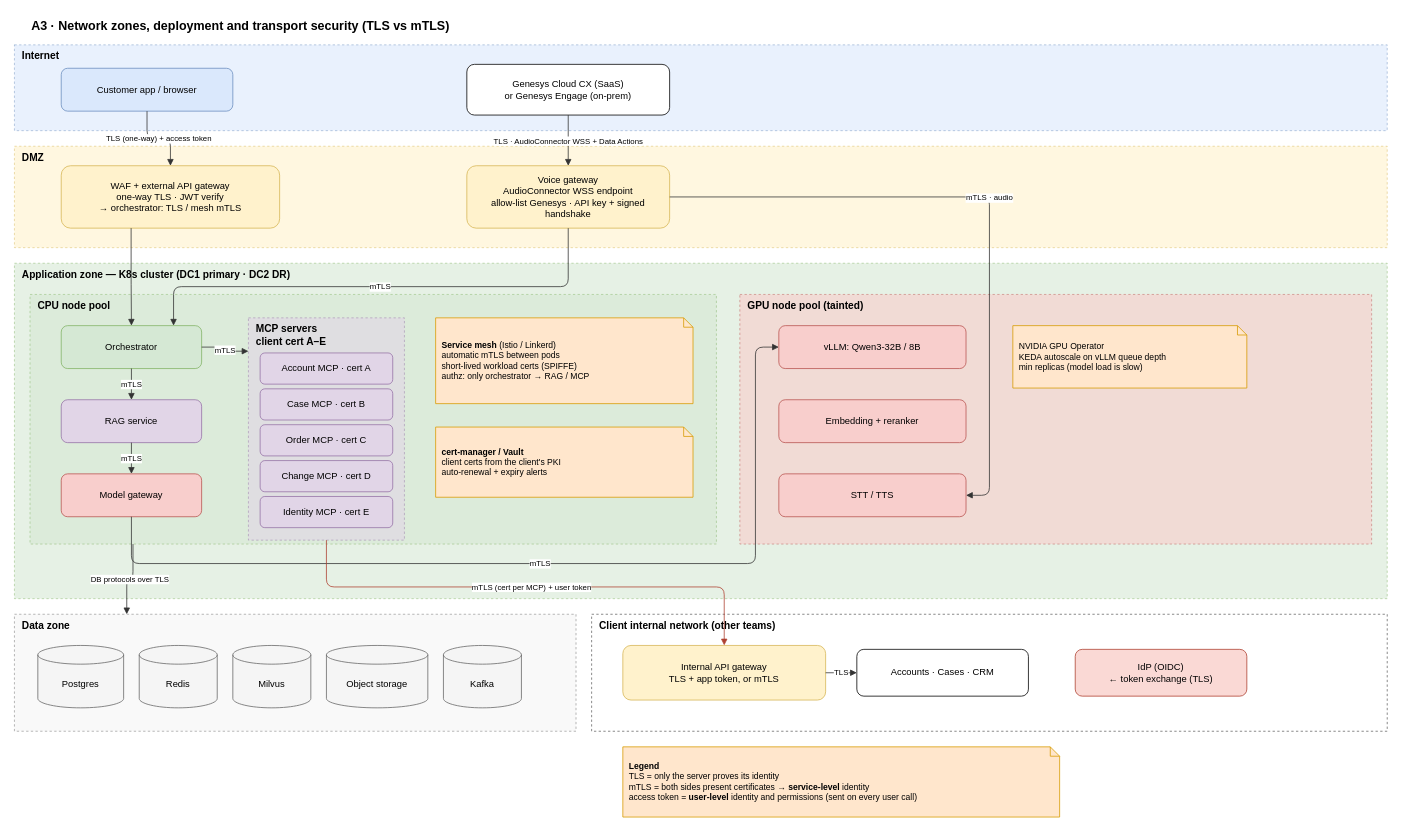
airplanecraft/customer-support-agent keeps this draw.io diagram as docs/diagrams/A3-network-deployment.drawio. Above is the earlier version. Source tidied: cells renumbered, new cells numbered last; positions are measured from the earlier drawing's top-left corner, leaving out a move shared by most shapes. Both pictures are drawn from the tidied source at 78%, with x=0, y=0 at pixel (14, 13).
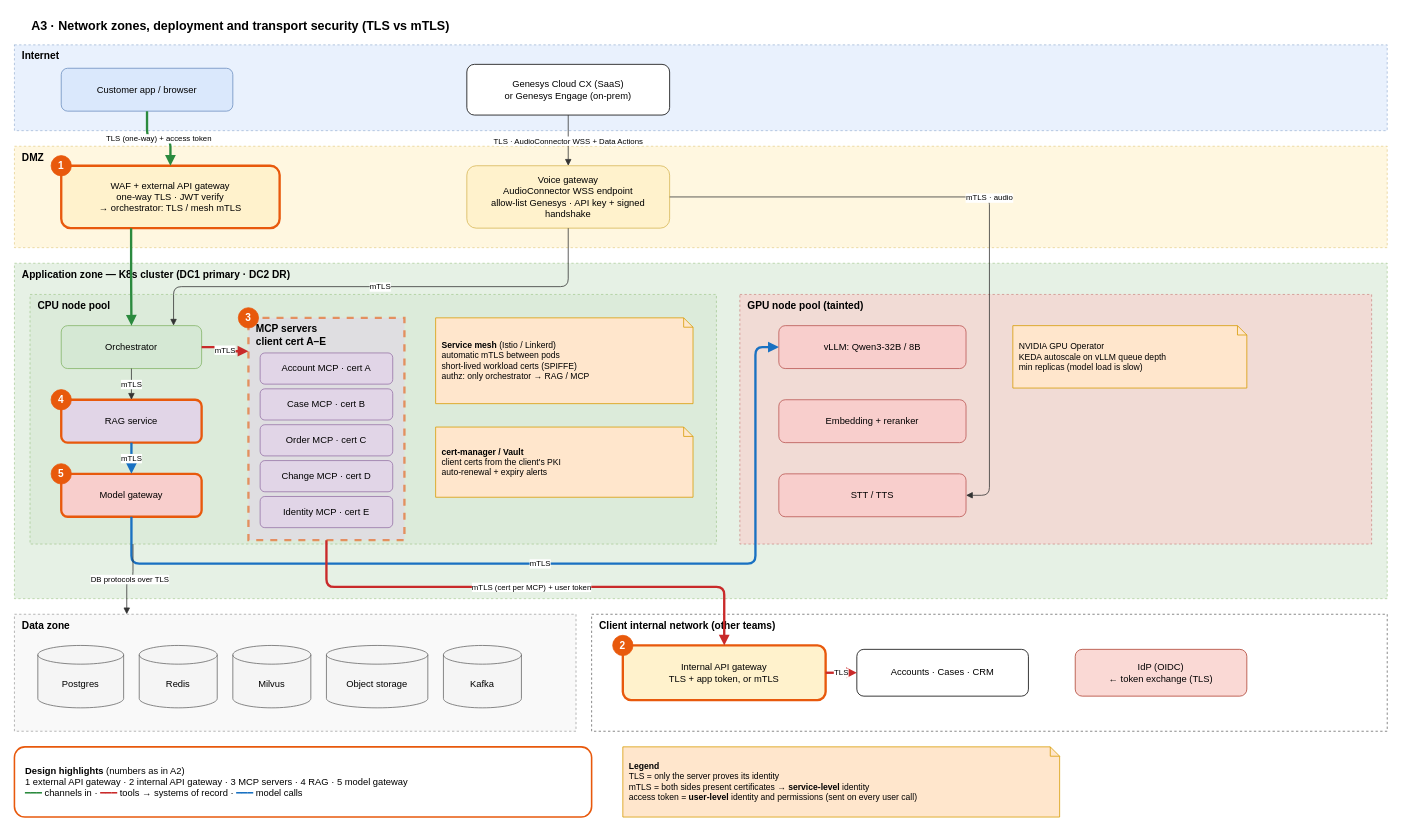
Above is the later version.

Commit message (it also covers changes not shown here):
v1.10: design highlights and key paths on A2 and A3

The change refers to these unchanged cells:
```xml
<mxCell id="4" value="Customer app / browser" style="rounded=1;whiteSpace=wrap;html=1;fillColor=#dae8fc;strokeColor=#6c8ebf;fontSize=12;" parent="1" vertex="1">
  <mxGeometry x="60" y="70" width="220" height="55" as="geometry" />
</mxCell>
<mxCell id="11" value="Orchestrator" style="rounded=1;whiteSpace=wrap;html=1;fillColor=#d5e8d4;strokeColor=#82b366;fontSize=12;" parent="1" vertex="1">
  <mxGeometry x="60" y="400" width="180" height="55" as="geometry" />
</mxCell>
<mxCell id="23" value="vLLM: Qwen3-32B / 8B" style="rounded=1;whiteSpace=wrap;html=1;fillColor=#f8cecc;strokeColor=#b85450;fontSize=12;" parent="1" vertex="1">
  <mxGeometry x="980" y="400" width="240" height="55" as="geometry" />
</mxCell>
<mxCell id="35" value="Accounts · Cases · CRM" style="rounded=1;whiteSpace=wrap;html=1;fillColor=#ffffff;strokeColor=#000000;fontSize=12;" parent="1" vertex="1">
  <mxGeometry x="1080" y="815" width="220" height="60" as="geometry" />
</mxCell>
```

What changed in the source:
```diff
@@
-    <mxCell id="7" value="WAF + external API gateway&lt;br&gt;one-way TLS · JWT verify&lt;br&gt;→ orchestrator: TLS / mesh mTLS" style="rounded=1;whiteSpace=wrap;html=1;fillColor=#fff2cc;strokeColor=#d6b656;fontSize=12;" parent="1" vertex="1">
+    <mxCell id="7" value="WAF + external API gateway&lt;br&gt;one-way TLS · JWT verify&lt;br&gt;→ orchestrator: TLS / mesh mTLS" style="rounded=1;whiteSpace=wrap;html=1;fillColor=#fff2cc;strokeColor=#d6b656;fontSize=12;strokeColor=#E8590C;strokeWidth=3;" parent="1" vertex="1">
       <mxGeometry x="60" y="195" width="280" height="80" as="geometry" />
     </mxCell>
@@
-    <mxCell id="12" value="RAG service" style="rounded=1;whiteSpace=wrap;html=1;fillColor=#e1d5e7;strokeColor=#9673a6;fontSize=12;" parent="1" vertex="1">
+    <mxCell id="12" value="RAG service" style="rounded=1;whiteSpace=wrap;html=1;fillColor=#e1d5e7;strokeColor=#9673a6;fontSize=12;strokeColor=#E8590C;strokeWidth=3;" parent="1" vertex="1">
       <mxGeometry x="60" y="495" width="180" height="55" as="geometry" />
     </mxCell>
-    <mxCell id="13" value="Model gateway" style="rounded=1;whiteSpace=wrap;html=1;fillColor=#f8cecc;strokeColor=#b85450;fontSize=12;" parent="1" vertex="1">
+    <mxCell id="13" value="Model gateway" style="rounded=1;whiteSpace=wrap;html=1;fillColor=#f8cecc;strokeColor=#b85450;fontSize=12;strokeColor=#E8590C;strokeWidth=3;" parent="1" vertex="1">
       <mxGeometry x="60" y="590" width="180" height="55" as="geometry" />
     </mxCell>
-    <mxCell id="14" value="MCP servers&lt;br&gt;client cert A–E" style="rounded=0;whiteSpace=wrap;html=1;fillColor=#e1d5e7;strokeColor=#9673a6;dashed=1;verticalAlign=top;align=left;spacingLeft=8;fontStyle=1;fontSize=13;opacity=60;" parent="1" vertex="1">
+    <mxCell id="14" value="MCP servers&lt;br&gt;client cert A–E" style="rounded=0;whiteSpace=wrap;html=1;fillColor=#e1d5e7;strokeColor=#9673a6;dashed=1;verticalAlign=top;align=left;spacingLeft=8;fontStyle=1;fontSize=13;opacity=60;strokeColor=#E8590C;strokeWidth=3;" parent="1" vertex="1">
       <mxGeometry x="300" y="390" width="200" height="285" as="geometry" />
     </mxCell>
@@
-    <mxCell id="34" value="Internal API gateway&lt;br&gt;TLS + app token, or mTLS" style="rounded=1;whiteSpace=wrap;html=1;fillColor=#fff2cc;strokeColor=#d6b656;fontSize=12;" parent="1" vertex="1">
+    <mxCell id="34" value="Internal API gateway&lt;br&gt;TLS + app token, or mTLS" style="rounded=1;whiteSpace=wrap;html=1;fillColor=#fff2cc;strokeColor=#d6b656;fontSize=12;strokeColor=#E8590C;strokeWidth=3;" parent="1" vertex="1">
       <mxGeometry x="780" y="810" width="260" height="70" as="geometry" />
     </mxCell>
@@
-    <mxCell id="37" value="TLS (one-way) + access token" style="edgeStyle=orthogonalEdgeStyle;rounded=1;html=1;endArrow=block;strokeColor=#333333;fontSize=10;labelBackgroundColor=#ffffff;exitX=0.5;exitY=1;exitDx=0;exitDy=0;entryX=0.5;entryY=0;entryDx=0;entryDy=0;" parent="1" edge="1" source="4" target="7">
+    <mxCell id="37" value="TLS (one-way) + access token" style="edgeStyle=orthogonalEdgeStyle;rounded=1;html=1;endArrow=block;strokeColor=#2B8A3E;fontSize=10;labelBackgroundColor=#ffffff;strokeWidth=3;exitX=0.5;exitY=1;exitDx=0;exitDy=0;entryX=0.5;entryY=0;entryDx=0;entryDy=0;" parent="1" edge="1" source="4" target="7">
       <mxGeometry relative="1" as="geometry" />
     </mxCell>
@@
-    <mxCell id="39" style="edgeStyle=orthogonalEdgeStyle;rounded=1;html=1;endArrow=block;strokeColor=#333333;fontSize=10;labelBackgroundColor=#ffffff;exitX=0.32;exitY=1;exitDx=0;exitDy=0;entryX=0.5;entryY=0;entryDx=0;entryDy=0;" parent="1" edge="1" source="7" target="11">
+    <mxCell id="39" style="edgeStyle=orthogonalEdgeStyle;rounded=1;html=1;endArrow=block;strokeColor=#2B8A3E;fontSize=10;labelBackgroundColor=#ffffff;strokeWidth=3;exitX=0.32;exitY=1;exitDx=0;exitDy=0;entryX=0.5;entryY=0;entryDx=0;entryDy=0;" parent="1" edge="1" source="7" target="11">
       <mxGeometry relative="1" as="geometry" />
     </mxCell>
@@
-    <mxCell id="42" value="mTLS" style="edgeStyle=orthogonalEdgeStyle;rounded=1;html=1;endArrow=block;strokeColor=#333333;fontSize=10;labelBackgroundColor=#ffffff;exitX=1;exitY=0.5;exitDx=0;exitDy=0;entryX=0;entryY=0.15;entryDx=0;entryDy=0;" parent="1" edge="1" source="11" target="14">
+    <mxCell id="42" value="mTLS" style="edgeStyle=orthogonalEdgeStyle;rounded=1;html=1;endArrow=block;strokeColor=#C92A2A;fontSize=10;labelBackgroundColor=#ffffff;strokeWidth=3;exitX=1;exitY=0.5;exitDx=0;exitDy=0;entryX=0;entryY=0.15;entryDx=0;entryDy=0;" parent="1" edge="1" source="11" target="14">
       <mxGeometry relative="1" as="geometry" />
     </mxCell>
@@
-    <mxCell id="44" value="mTLS" style="edgeStyle=orthogonalEdgeStyle;rounded=1;html=1;endArrow=block;strokeColor=#333333;fontSize=10;labelBackgroundColor=#ffffff;exitX=0.5;exitY=1;exitDx=0;exitDy=0;entryX=0.5;entryY=0;entryDx=0;entryDy=0;" parent="1" edge="1" source="12" target="13">
+    <mxCell id="44" value="mTLS" style="edgeStyle=orthogonalEdgeStyle;rounded=1;html=1;endArrow=block;strokeColor=#1971C2;fontSize=10;labelBackgroundColor=#ffffff;strokeWidth=3;exitX=0.5;exitY=1;exitDx=0;exitDy=0;entryX=0.5;entryY=0;entryDx=0;entryDy=0;" parent="1" edge="1" source="12" target="13">
       <mxGeometry relative="1" as="geometry" />
     </mxCell>
-    <mxCell id="45" value="mTLS" style="edgeStyle=orthogonalEdgeStyle;rounded=1;html=1;endArrow=block;strokeColor=#333333;fontSize=10;labelBackgroundColor=#ffffff;exitX=0.5;exitY=1;exitDx=0;exitDy=0;entryX=0;entryY=0.5;entryDx=0;entryDy=0;" parent="1" edge="1" source="13" target="23">
+    <mxCell id="45" value="mTLS" style="edgeStyle=orthogonalEdgeStyle;rounded=1;html=1;endArrow=block;strokeColor=#1971C2;fontSize=10;labelBackgroundColor=#ffffff;strokeWidth=3;exitX=0.5;exitY=1;exitDx=0;exitDy=0;entryX=0;entryY=0.5;entryDx=0;entryDy=0;" parent="1" edge="1" source="13" target="23">
       <mxGeometry relative="1" as="geometry">
         <Array as="points">
           <mxPoint x="150" y="705" />
           <mxPoint x="950" y="705" />
           <mxPoint x="950" y="427" />
         </Array>
       </mxGeometry>
     </mxCell>
@@
-    <mxCell id="47" value="mTLS (cert per MCP) + user token" style="edgeStyle=orthogonalEdgeStyle;rounded=1;html=1;endArrow=block;strokeColor=#ae4132;fontSize=10;labelBackgroundColor=#ffffff;exitX=0.5;exitY=1;exitDx=0;exitDy=0;entryX=0.5;entryY=0;entryDx=0;entryDy=0;" parent="1" edge="1" source="14" target="34">
+    <mxCell id="47" value="mTLS (cert per MCP) + user token" style="edgeStyle=orthogonalEdgeStyle;rounded=1;html=1;endArrow=block;strokeColor=#C92A2A;fontSize=10;labelBackgroundColor=#ffffff;strokeWidth=3;exitX=0.5;exitY=1;exitDx=0;exitDy=0;entryX=0.5;entryY=0;entryDx=0;entryDy=0;" parent="1" edge="1" source="14" target="34">
       <mxGeometry relative="1" as="geometry">
         <Array as="points">
           <mxPoint x="400" y="735" />
           <mxPoint x="910" y="735" />
         </Array>
       </mxGeometry>
     </mxCell>
-    <mxCell id="48" value="TLS" style="edgeStyle=orthogonalEdgeStyle;rounded=1;html=1;endArrow=block;strokeColor=#333333;fontSize=10;labelBackgroundColor=#ffffff;exitX=1;exitY=0.5;exitDx=0;exitDy=0;entryX=0;entryY=0.5;entryDx=0;entryDy=0;" parent="1" edge="1" source="34" target="35">
+    <mxCell id="48" value="TLS" style="edgeStyle=orthogonalEdgeStyle;rounded=1;html=1;endArrow=block;strokeColor=#C92A2A;fontSize=10;labelBackgroundColor=#ffffff;strokeWidth=3;exitX=1;exitY=0.5;exitDx=0;exitDy=0;entryX=0;entryY=0.5;entryDx=0;entryDy=0;" parent="1" edge="1" source="34" target="35">
       <mxGeometry relative="1" as="geometry" />
     </mxCell>
@@
+    <mxCell id="50" value="1" style="ellipse;whiteSpace=wrap;html=1;fillColor=#E8590C;strokeColor=#E8590C;fontColor=#ffffff;fontStyle=1;fontSize=13;" parent="1" vertex="1">
+      <mxGeometry x="47" y="182" width="26" height="26" as="geometry" />
+    </mxCell>
+    <mxCell id="51" value="2" style="ellipse;whiteSpace=wrap;html=1;fillColor=#E8590C;strokeColor=#E8590C;fontColor=#ffffff;fontStyle=1;fontSize=13;" parent="1" vertex="1">
+      <mxGeometry x="767" y="797" width="26" height="26" as="geometry" />
+    </mxCell>
+    <mxCell id="52" value="3" style="ellipse;whiteSpace=wrap;html=1;fillColor=#E8590C;strokeColor=#E8590C;fontColor=#ffffff;fontStyle=1;fontSize=13;" parent="1" vertex="1">
+      <mxGeometry x="287" y="377" width="26" height="26" as="geometry" />
+    </mxCell>
+    <mxCell id="53" value="4" style="ellipse;whiteSpace=wrap;html=1;fillColor=#E8590C;strokeColor=#E8590C;fontColor=#ffffff;fontStyle=1;fontSize=13;" parent="1" vertex="1">
+      <mxGeometry x="47" y="482" width="26" height="26" as="geometry" />
+    </mxCell>
+    <mxCell id="54" value="5" style="ellipse;whiteSpace=wrap;html=1;fillColor=#E8590C;strokeColor=#E8590C;fontColor=#ffffff;fontStyle=1;fontSize=13;" parent="1" vertex="1">
+      <mxGeometry x="47" y="577" width="26" height="26" as="geometry" />
+    </mxCell>
+    <mxCell id="55" value="&lt;b&gt;Design highlights&lt;/b&gt; (numbers as in A2)&lt;br&gt;1 external API gateway · 2 internal API gateway · 3 MCP servers · 4 RAG · 5 model gateway&lt;br&gt;&lt;font color=&quot;#2B8A3E&quot;&gt;━━━&lt;/font&gt; channels in · &lt;font color=&quot;#C92A2A&quot;&gt;━━━&lt;/font&gt; tools → systems of record · &lt;font color=&quot;#1971C2&quot;&gt;━━━&lt;/font&gt; model calls" style="rounded=1;whiteSpace=wrap;html=1;fillColor=#ffffff;strokeColor=#000000;fontSize=12;align=left;spacingLeft=12;fontSize=12;strokeColor=#E8590C;strokeWidth=2;" parent="1" vertex="1">
+      <mxGeometry y="940" width="740" height="90" as="geometry" />
+    </mxCell>
```
